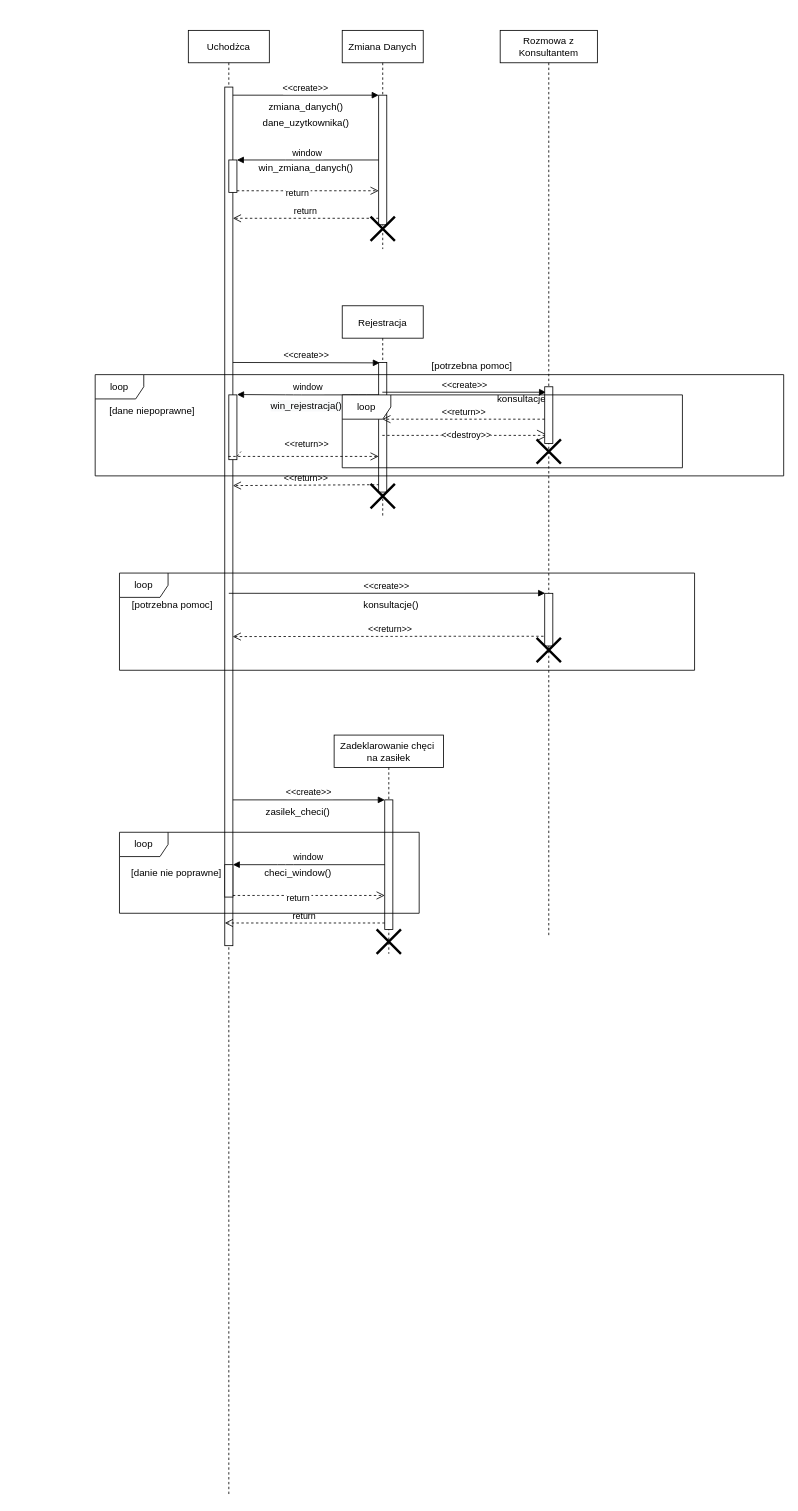
Earlier version of the draw.io diagram diagramy przebiegu/Uchodżca - diagram przebiegu.drawio (TheRipSon/inzyneria-oprogramowania). Source tidied: cells renumbered, new cells numbered last; positions are measured from the earlier drawing's top-left corner, leaving out a move shared by most shapes. Both pictures are drawn from the tidied source at 81%, with x=0, y=0 at pixel (95, 30).
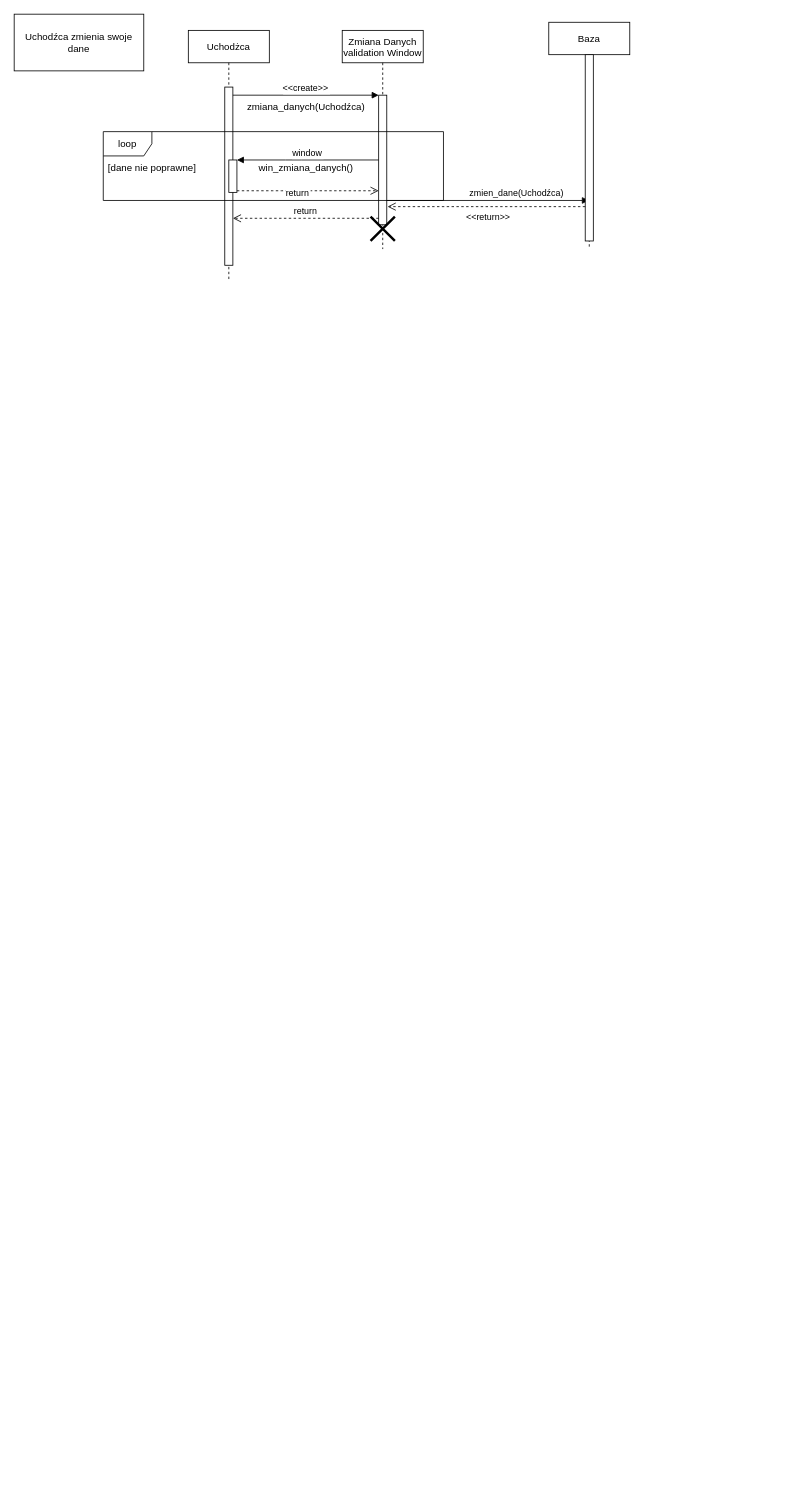
The same diagram, later.

Unchanged cells that the change refers to:
```xml
<mxCell id="7" style="points=[];perimeter=orthogonalPerimeter;rounded=0;shadow=0;strokeWidth=1;" parent="6" vertex="1">
  <mxGeometry x="45" y="80" width="10" height="160" as="geometry" />
</mxCell>
```

Diff of the diagram source:
```diff
@@
     <mxCell id="2" value="Uchodżca" style="shape=umlLifeline;perimeter=lifelinePerimeter;rounded=0;shadow=0;strokeWidth=1;" parent="1" vertex="1">
-      <mxGeometry x="115" width="100" height="1810" as="geometry" />
+      <mxGeometry x="115" width="100" height="310" as="geometry" />
     </mxCell>
     <mxCell id="3" style="points=[];perimeter=orthogonalPerimeter;rounded=0;shadow=0;strokeWidth=1;" parent="2" vertex="1">
-      <mxGeometry x="45" y="70" width="10" height="1060" as="geometry" />
+      <mxGeometry x="45" y="70" width="10" height="220" as="geometry" />
     </mxCell>
@@
-    <mxCell id="5" style="points=[];perimeter=orthogonalPerimeter;rounded=0;shadow=0;strokeWidth=1;" parent="2" vertex="1">
-      <mxGeometry x="45" y="1030" width="10" height="40" as="geometry" />
-    </mxCell>
-    <mxCell id="6" value="Zmiana Danych" style="shape=umlLifeline;perimeter=lifelinePerimeter;rounded=0;shadow=0;strokeWidth=1;" parent="1" vertex="1">
+    <mxCell id="6" value="Zmiana Danych&#10;validation Window" style="shape=umlLifeline;perimeter=lifelinePerimeter;rounded=0;shadow=0;strokeWidth=1;" parent="1" vertex="1">
       <mxGeometry x="305" width="100" height="270" as="geometry" />
     </mxCell>
@@
+    <mxCell id="55" value="zmien_dane(Uchodźca)" style="html=1;verticalAlign=bottom;endArrow=block;rounded=0;" parent="6" edge="1" target="56">
+      <mxGeometry x="0.28" relative="1" as="geometry">
+        <mxPoint x="55" y="210" as="sourcePoint" />
+      </mxGeometry>
+    </mxCell>
@@
-    <mxCell id="13" style="points=[];perimeter=orthogonalPerimeter;rounded=0;shadow=0;strokeWidth=1;" parent="1" vertex="1">
-      <mxGeometry x="165" y="450" width="10" height="80" as="geometry" />
-    </mxCell>
-    <mxCell id="14" value="&lt;&lt;return&gt;&gt;" style="verticalAlign=bottom;endArrow=open;dashed=1;endSize=8;exitX=0.06;exitY=0.943;shadow=0;strokeWidth=1;exitDx=0;exitDy=0;exitPerimeter=0;" parent="1" edge="1" source="20">
-      <mxGeometry relative="1" as="geometry">
-        <mxPoint x="170" y="562" as="targetPoint" />
-      </mxGeometry>
-    </mxCell>
-    <mxCell id="15" value="&lt;&lt;create&gt;&gt;" style="verticalAlign=bottom;endArrow=block;entryX=0.14;entryY=0.003;shadow=0;strokeWidth=1;entryDx=0;entryDy=0;entryPerimeter=0;" parent="1" edge="1" target="20">
-      <mxGeometry relative="1" as="geometry">
-        <mxPoint x="170" y="410" as="sourcePoint" />
-      </mxGeometry>
-    </mxCell>
-    <mxCell id="16" value="window" style="verticalAlign=bottom;endArrow=block;shadow=0;strokeWidth=1;entryX=1.02;entryY=-0.005;entryDx=0;entryDy=0;entryPerimeter=0;" parent="1" edge="1" target="13">
-      <mxGeometry relative="1" as="geometry">
-        <mxPoint x="350" y="450" as="sourcePoint" />
-        <Array as="points">
-          <mxPoint x="325" y="450" />
-          <mxPoint x="245" y="450" />
-        </Array>
-      </mxGeometry>
-    </mxCell>
-    <mxCell id="17" value="&lt;&lt;return&gt;&gt;" style="verticalAlign=bottom;endArrow=open;dashed=1;endSize=8;shadow=0;strokeWidth=1;startArrow=none;" parent="1" edge="1" source="2">
-      <mxGeometry x="0.03" y="6" relative="1" as="geometry">
-        <mxPoint x="350" y="526" as="targetPoint" />
-        <mxPoint x="1" as="offset" />
-      </mxGeometry>
-    </mxCell>
-    <mxCell id="18" value="[dane niepoprawne]" style="text;html=1;align=center;verticalAlign=middle;strokeColor=none;fillColor=none;" parent="1" vertex="1">
-      <mxGeometry x="10" y="460" width="120" height="20" as="geometry" />
-    </mxCell>
-    <mxCell id="19" value="Rejestracja" style="shape=umlLifeline;perimeter=lifelinePerimeter;rounded=0;shadow=0;strokeWidth=1;" parent="1" vertex="1">
-      <mxGeometry x="305" y="340" width="100" height="260" as="geometry" />
-    </mxCell>
-    <mxCell id="20" style="points=[];perimeter=orthogonalPerimeter;rounded=0;shadow=0;strokeWidth=1;" parent="19" vertex="1">
-      <mxGeometry x="45" y="70" width="10" height="160" as="geometry" />
-    </mxCell>
-    <mxCell id="21" style="shape=umlDestroy;whiteSpace=wrap;html=1;strokeWidth=3;" parent="19" vertex="1">
-      <mxGeometry x="35" y="220" width="30" height="30" as="geometry" />
-    </mxCell>
-    <mxCell id="22" value="&lt;&lt;return&gt;&gt;" style="verticalAlign=bottom;endArrow=open;dashed=1;endSize=8;shadow=0;strokeWidth=1;entryX=0.98;entryY=0.64;entryDx=0;entryDy=0;entryPerimeter=0;" parent="1" edge="1" source="30" target="3">
-      <mxGeometry relative="1" as="geometry">
-        <Array as="points">
-          <mxPoint x="450" y="748" />
-        </Array>
-      </mxGeometry>
-    </mxCell>
-    <mxCell id="23" value="&lt;&lt;create&gt;&gt;" style="verticalAlign=bottom;endArrow=block;entryX=0.04;entryY=-0.003;shadow=0;strokeWidth=1;entryDx=0;entryDy=0;entryPerimeter=0;" parent="1" edge="1" target="33">
-      <mxGeometry relative="1" as="geometry">
-        <mxPoint x="165" y="695" as="sourcePoint" />
-      </mxGeometry>
-    </mxCell>
-    <mxCell id="24" value="loop" style="shape=umlFrame;whiteSpace=wrap;html=1;" parent="1" vertex="1">
-      <mxGeometry x="30" y="670" width="710" height="120" as="geometry" />
-    </mxCell>
-    <mxCell id="25" value="[potrzebna pomoc]" style="text;html=1;align=center;verticalAlign=middle;strokeColor=none;fillColor=none;" parent="1" vertex="1">
-      <mxGeometry x="40" y="700" width="110" height="20" as="geometry" />
-    </mxCell>
-    <mxCell id="26" value="zmiana_danych()" style="text;html=1;align=center;verticalAlign=middle;strokeColor=none;fillColor=none;" parent="1" vertex="1">
-      <mxGeometry x="205" y="85" width="110" height="20" as="geometry" />
+    <mxCell id="26" value="zmiana_danych(Uchodźca)" style="text;html=1;align=center;verticalAlign=middle;strokeColor=none;fillColor=none;" parent="1" vertex="1">
+      <mxGeometry x="180" y="85" width="160" height="20" as="geometry" />
     </mxCell>
@@
-    <mxCell id="28" value="&lt;span style=&quot;color: rgb(0, 0, 0); font-family: Helvetica; font-size: 12px; font-style: normal; font-variant-ligatures: normal; font-variant-caps: normal; font-weight: 400; letter-spacing: normal; orphans: 2; text-align: center; text-indent: 0px; text-transform: none; widows: 2; word-spacing: 0px; -webkit-text-stroke-width: 0px; background-color: rgb(248, 249, 250); text-decoration-thickness: initial; text-decoration-style: initial; text-decoration-color: initial; float: none; display: inline !important;&quot;&gt;win_rejestracja()&lt;/span&gt;" style="text;whiteSpace=wrap;html=1;" parent="1" vertex="1">
-      <mxGeometry x="215" y="450" width="140" height="30" as="geometry" />
-    </mxCell>
-    <mxCell id="29" style="verticalAlign=bottom;endArrow=none;dashed=1;endSize=8;exitX=1;exitY=0.95;shadow=0;strokeWidth=1;" parent="1" edge="1" source="13">
-      <mxGeometry x="-0.15" y="6" relative="1" as="geometry">
-        <mxPoint x="180" y="520" as="targetPoint" />
-      </mxGeometry>
-    </mxCell>
-    <mxCell id="30" value="Rozmowa z Konsultantem" style="shape=umlLifeline;perimeter=lifelinePerimeter;whiteSpace=wrap;html=1;outlineConnect=0;" parent="1" vertex="1">
-      <mxGeometry x="500" width="120" height="1120" as="geometry" />
-    </mxCell>
-    <mxCell id="31" style="shape=umlDestroy;whiteSpace=wrap;html=1;strokeWidth=3;" parent="30" vertex="1">
-      <mxGeometry x="45" y="505" width="30" height="30" as="geometry" />
-    </mxCell>
-    <mxCell id="32" value="[potrzebna pomoc]" style="text;html=1;align=center;verticalAlign=middle;strokeColor=none;fillColor=none;" parent="30" vertex="1">
-      <mxGeometry x="-90" y="405" width="110" height="20" as="geometry" />
-    </mxCell>
-    <mxCell id="33" style="html=1;points=[];perimeter=orthogonalPerimeter;" parent="30" vertex="1">
-      <mxGeometry x="55" y="695" width="10" height="65" as="geometry" />
-    </mxCell>
-    <mxCell id="34" style="shape=umlDestroy;whiteSpace=wrap;html=1;strokeWidth=3;" parent="30" vertex="1">
-      <mxGeometry x="45" y="750" width="30" height="30" as="geometry" />
-    </mxCell>
-    <mxCell id="35" value="konsultacje()" style="text;html=1;align=center;verticalAlign=middle;strokeColor=none;fillColor=none;" parent="30" vertex="1">
-      <mxGeometry x="-10" y="445" width="80" height="20" as="geometry" />
-    </mxCell>
-    <mxCell id="36" value="&amp;lt;&amp;lt;create&amp;gt;&amp;gt;" style="html=1;verticalAlign=bottom;endArrow=block;rounded=0;entryX=0.16;entryY=0.096;entryDx=0;entryDy=0;entryPerimeter=0;" parent="1" edge="1" source="19" target="41">
-      <mxGeometry relative="1" as="geometry" />
-    </mxCell>
+    <mxCell id="56" value="Baza" style="shape=umlLifeline;perimeter=lifelinePerimeter;rounded=0;shadow=0;strokeWidth=1;" parent="1" vertex="1">
+      <mxGeometry x="560" y="-10" width="100" height="280" as="geometry" />
+    </mxCell>
+    <mxCell id="57" style="points=[];perimeter=orthogonalPerimeter;rounded=0;shadow=0;strokeWidth=1;" parent="56" vertex="1">
+      <mxGeometry x="45" y="40" width="10" height="230" as="geometry" />
+    </mxCell>
-    <mxCell id="37" value="&amp;lt;&amp;lt;return&amp;gt;&amp;gt;" style="html=1;verticalAlign=bottom;endArrow=open;dashed=1;endSize=8;rounded=0;" parent="1" edge="1" source="41" target="19">
-      <mxGeometry relative="1" as="geometry">
-        <Array as="points">
-          <mxPoint x="500" y="480" />
-        </Array>
-      </mxGeometry>
+    <mxCell id="37" value="&amp;lt;&amp;lt;return&amp;gt;&amp;gt;" style="html=1;verticalAlign=bottom;endArrow=open;dashed=1;endSize=8;rounded=0;entryX=1.1;entryY=0.86;entryDx=0;entryDy=0;entryPerimeter=0;" parent="1" edge="1" source="57" target="7">
+      <mxGeometry x="-0.02" y="22" relative="1" as="geometry" />
     </mxCell>
-    <mxCell id="38" value="&amp;lt;&amp;lt;destroy&amp;gt;&amp;gt;" style="endArrow=open;endSize=12;dashed=1;html=1;rounded=0;startArrow=none;" parent="1" edge="1" source="19" target="30">
-      <mxGeometry relative="1" as="geometry">
-        <Array as="points">
-          <mxPoint x="500" y="500" />
-        </Array>
-      </mxGeometry>
-    </mxCell>
-    <mxCell id="39" value="konsultacje()" style="text;html=1;align=center;verticalAlign=middle;strokeColor=none;fillColor=none;" parent="1" vertex="1">
-      <mxGeometry x="325" y="700" width="80" height="20" as="geometry" />
-    </mxCell>
-    <mxCell id="40" value="dane_uzytkownika()" style="text;html=1;align=center;verticalAlign=middle;strokeColor=none;fillColor=none;" parent="1" vertex="1">
-      <mxGeometry x="200" y="105" width="120" height="20" as="geometry" />
-    </mxCell>
-    <mxCell id="41" style="html=1;points=[];perimeter=orthogonalPerimeter;" parent="1" vertex="1">
-      <mxGeometry x="555" y="440" width="10" height="70" as="geometry" />
-    </mxCell>
-    <mxCell id="42" value="loop" style="shape=umlFrame;whiteSpace=wrap;html=1;" parent="1" vertex="1">
-      <mxGeometry x="305" y="450" width="420" height="90" as="geometry" />
-    </mxCell>
-    <mxCell id="43" value="loop" style="shape=umlFrame;whiteSpace=wrap;html=1;" parent="1" vertex="1">
-      <mxGeometry y="425" width="850" height="125" as="geometry" />
-    </mxCell>
-    <mxCell id="44" value="Zadeklarowanie chęci &#10;na zasiłek" style="shape=umlLifeline;perimeter=lifelinePerimeter;rounded=0;shadow=0;strokeWidth=1;" parent="1" vertex="1">
-      <mxGeometry x="295" y="870" width="135" height="270" as="geometry" />
-    </mxCell>
-    <mxCell id="45" style="points=[];perimeter=orthogonalPerimeter;rounded=0;shadow=0;strokeWidth=1;" parent="44" vertex="1">
-      <mxGeometry x="62.5" y="80" width="10" height="160" as="geometry" />
-    </mxCell>
-    <mxCell id="46" style="shape=umlDestroy;whiteSpace=wrap;html=1;strokeWidth=3;" parent="44" vertex="1">
-      <mxGeometry x="52.5" y="240" width="30" height="30" as="geometry" />
-    </mxCell>
-    <mxCell id="47" value="return" style="verticalAlign=bottom;endArrow=open;dashed=1;endSize=8;exitX=0;exitY=0.95;shadow=0;strokeWidth=1;" parent="1" edge="1" source="45">
-      <mxGeometry relative="1" as="geometry">
-        <mxPoint x="160" y="1102" as="targetPoint" />
-      </mxGeometry>
-    </mxCell>
-    <mxCell id="48" value="&lt;&lt;create&gt;&gt;" style="verticalAlign=bottom;endArrow=block;entryX=0;entryY=0;shadow=0;strokeWidth=1;" parent="1" edge="1" source="3" target="45">
-      <mxGeometry relative="1" as="geometry" />
-    </mxCell>
-    <mxCell id="49" value="window" style="verticalAlign=bottom;endArrow=block;shadow=0;strokeWidth=1;" parent="1" edge="1" source="45" target="5">
-      <mxGeometry relative="1" as="geometry">
-        <Array as="points">
-          <mxPoint x="235" y="1030" />
-        </Array>
-      </mxGeometry>
-    </mxCell>
-    <mxCell id="50" value="return" style="verticalAlign=bottom;endArrow=open;dashed=1;endSize=8;exitX=1;exitY=0.95;shadow=0;strokeWidth=1;" parent="1" edge="1" source="5" target="45">
-      <mxGeometry x="-0.14" y="-12" relative="1" as="geometry">
-        <Array as="points">
-          <mxPoint x="210" y="1068" />
-        </Array>
-      </mxGeometry>
-    </mxCell>
-    <mxCell id="51" value="zasilek_checi()" style="text;html=1;align=center;verticalAlign=middle;strokeColor=none;fillColor=none;" parent="1" vertex="1">
-      <mxGeometry x="205" y="955" width="90" height="20" as="geometry" />
-    </mxCell>
-    <mxCell id="52" value="checi_window()" style="text;html=1;align=center;verticalAlign=middle;strokeColor=none;fillColor=none;" parent="1" vertex="1">
-      <mxGeometry x="200" y="1030" width="100" height="20" as="geometry" />
-    </mxCell>
-    <mxCell id="53" value="loop" style="shape=umlFrame;whiteSpace=wrap;html=1;" parent="1" vertex="1">
-      <mxGeometry x="30" y="990" width="370" height="100" as="geometry" />
-    </mxCell>
-    <mxCell id="54" value="[danie nie poprawne]" style="text;html=1;align=center;verticalAlign=middle;strokeColor=none;fillColor=none;" parent="1" vertex="1">
-      <mxGeometry x="35" y="1030" width="130" height="20" as="geometry" />
-    </mxCell>
+    <mxCell id="58" value="loop" style="shape=umlFrame;whiteSpace=wrap;html=1;" parent="1" vertex="1">
+      <mxGeometry x="10" y="125" width="420" height="85" as="geometry" />
+    </mxCell>
+    <mxCell id="59" value="[dane nie poprawne]" style="text;html=1;align=center;verticalAlign=middle;strokeColor=none;fillColor=none;" parent="1" vertex="1">
+      <mxGeometry x="10" y="160" width="120" height="20" as="geometry" />
+    </mxCell>
+    <mxCell id="60" value="Uchodźca zmienia swoje dane" style="whiteSpace=wrap;html=1;" parent="1" vertex="1">
+      <mxGeometry x="-100" y="-20" width="160" height="70" as="geometry" />
+    </mxCell>
```
